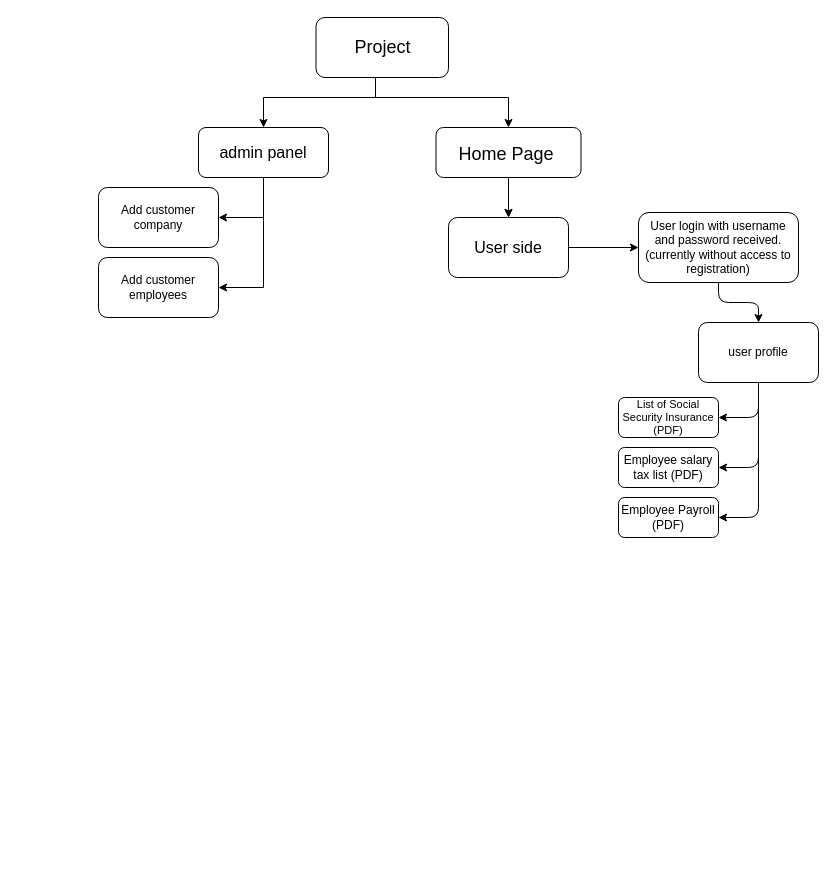
faripoorasl/- keeps this draw.io diagram as Untitled Diagram.drawio. Above is the earlier version. Source tidied: cells renumbered, new cells numbered last; positions are measured from the earlier drawing's top-left corner, leaving out a move shared by most shapes. Both pictures are drawn from the tidied source at 100%, with x=0, y=0 at pixel (98, 17).
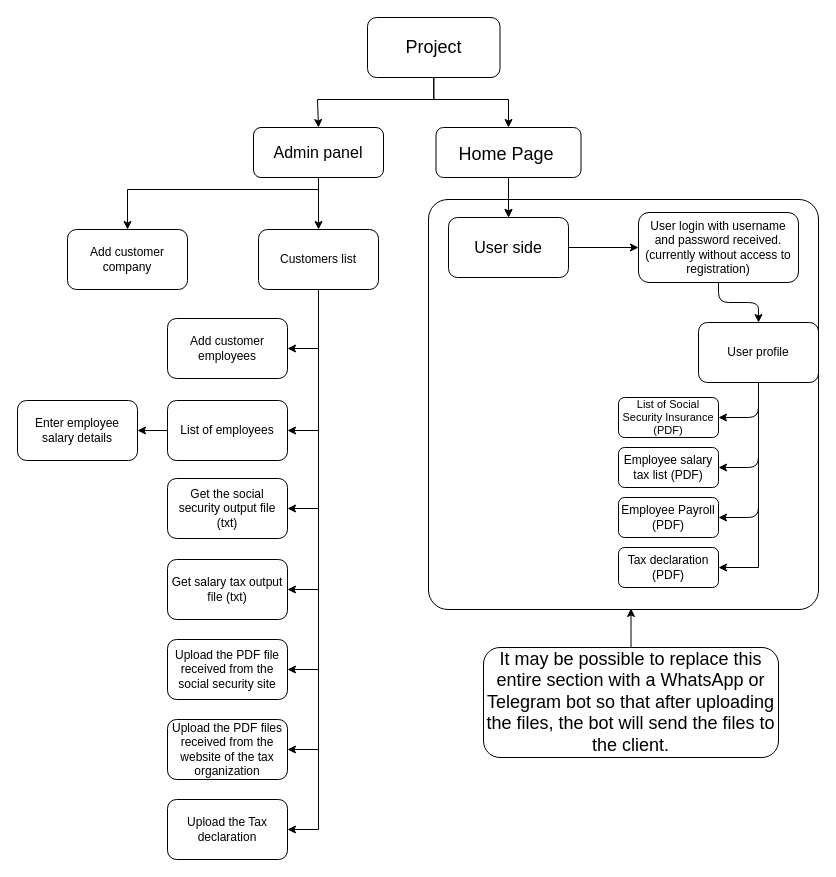
The same diagram, later.

The change refers to these unchanged cells:
```xml
<mxCell id="4" value="&lt;font style=&quot;font-size: 18px;&quot;&gt;Home Page&amp;nbsp;&lt;/font&gt;" style="rounded=1;whiteSpace=wrap;html=1;fontSize=21;labelBackgroundColor=none;" parent="1" vertex="1">
  <mxGeometry x="337.5" y="110" width="145" height="50" as="geometry" />
</mxCell>
```

The edit, as a diff of the source:
```diff
@@
-    <mxCell id="5" style="edgeStyle=orthogonalEdgeStyle;rounded=0;jettySize=auto;html=1;entryX=1;entryY=0.5;entryDx=0;entryDy=0;" parent="1" edge="1" source="7" target="19">
+    <mxCell id="5" style="edgeStyle=orthogonalEdgeStyle;rounded=0;jettySize=auto;html=1;entryX=0.5;entryY=0;entryDx=0;entryDy=0;" parent="1" edge="1" source="7" target="19">
       <mxGeometry relative="1" as="geometry" />
     </mxCell>
-    <mxCell id="6" style="edgeStyle=orthogonalEdgeStyle;rounded=0;jettySize=auto;html=1;entryX=1;entryY=0.5;entryDx=0;entryDy=0;" parent="1" edge="1" source="7" target="23">
-      <mxGeometry relative="1" as="geometry" />
-    </mxCell>
+    <mxCell id="24" style="edgeStyle=orthogonalEdgeStyle;rounded=0;jettySize=auto;html=1;entryX=0.5;entryY=0;entryDx=0;entryDy=0;" parent="1" edge="1" source="7" target="45">
+      <mxGeometry relative="1" as="geometry">
+        <Array as="points">
+          <mxPoint x="220" y="172" />
+          <mxPoint x="29" y="172" />
+        </Array>
+      </mxGeometry>
+    </mxCell>
-    <mxCell id="7" value="&lt;font size=&quot;3&quot;&gt;admin panel&lt;/font&gt;" style="rounded=1;whiteSpace=wrap;html=1;labelBackgroundColor=none;" parent="1" vertex="1">
-      <mxGeometry x="100" y="110" width="130" height="50" as="geometry" />
+    <mxCell id="7" value="&lt;font size=&quot;3&quot;&gt;Admin panel&lt;/font&gt;" style="rounded=1;whiteSpace=wrap;html=1;labelBackgroundColor=none;" parent="1" vertex="1">
+      <mxGeometry x="155" y="110" width="130" height="50" as="geometry" />
     </mxCell>
@@
+    <mxCell id="25" style="edgeStyle=orthogonalEdgeStyle;rounded=0;jettySize=auto;html=1;entryX=1;entryY=0.5;entryDx=0;entryDy=0;" parent="1" edge="1" source="15" target="41">
+      <mxGeometry relative="1" as="geometry" />
+    </mxCell>
-    <mxCell id="15" value="user profile" style="rounded=1;whiteSpace=wrap;html=1;labelBackgroundColor=none;" parent="1" vertex="1">
+    <mxCell id="15" value="User profile" style="rounded=1;whiteSpace=wrap;html=1;labelBackgroundColor=none;" parent="1" vertex="1">
       <mxGeometry x="600" y="305" width="120" height="60" as="geometry" />
     </mxCell>
@@
+    <mxCell id="26" style="edgeStyle=orthogonalEdgeStyle;rounded=0;jettySize=auto;html=1;" parent="1" edge="1" source="19" target="23">
+      <mxGeometry relative="1" as="geometry">
+        <Array as="points">
+          <mxPoint x="220" y="331" />
+        </Array>
+      </mxGeometry>
+    </mxCell>
+    <mxCell id="27" style="edgeStyle=orthogonalEdgeStyle;rounded=0;jettySize=auto;html=1;entryX=1;entryY=0.5;entryDx=0;entryDy=0;" parent="1" edge="1" source="19" target="34">
+      <mxGeometry relative="1" as="geometry" />
+    </mxCell>
+    <mxCell id="28" style="edgeStyle=orthogonalEdgeStyle;rounded=0;jettySize=auto;html=1;entryX=1;entryY=0.5;entryDx=0;entryDy=0;" parent="1" edge="1" source="19" target="35">
+      <mxGeometry relative="1" as="geometry" />
+    </mxCell>
+    <mxCell id="29" style="edgeStyle=orthogonalEdgeStyle;rounded=0;jettySize=auto;html=1;entryX=1;entryY=0.5;entryDx=0;entryDy=0;" parent="1" edge="1" source="19" target="36">
+      <mxGeometry relative="1" as="geometry" />
+    </mxCell>
+    <mxCell id="30" style="edgeStyle=orthogonalEdgeStyle;rounded=0;jettySize=auto;html=1;entryX=1;entryY=0.5;entryDx=0;entryDy=0;" parent="1" edge="1" source="19" target="37">
+      <mxGeometry relative="1" as="geometry" />
+    </mxCell>
+    <mxCell id="31" style="edgeStyle=orthogonalEdgeStyle;rounded=0;jettySize=auto;html=1;entryX=1;entryY=0.5;entryDx=0;entryDy=0;" parent="1" edge="1" source="19" target="42">
+      <mxGeometry relative="1" as="geometry" />
+    </mxCell>
+    <mxCell id="32" style="edgeStyle=orthogonalEdgeStyle;rounded=0;jettySize=auto;html=1;entryX=1;entryY=0.5;entryDx=0;entryDy=0;" parent="1" edge="1" source="19" target="44">
+      <mxGeometry relative="1" as="geometry" />
+    </mxCell>
-    <mxCell id="19" value="Add customer company" style="rounded=1;whiteSpace=wrap;html=1;labelBackgroundColor=none;" parent="1" vertex="1">
-      <mxGeometry y="170" width="120" height="60" as="geometry" />
+    <mxCell id="19" value="Customers list" style="rounded=1;whiteSpace=wrap;html=1;labelBackgroundColor=none;" parent="1" vertex="1">
+      <mxGeometry x="160" y="212" width="120" height="60" as="geometry" />
     </mxCell>
-    <mxCell id="20" style="edgeStyle=orthogonalEdgeStyle;rounded=0;jettySize=auto;html=1;" parent="1" edge="1" source="22" target="4">
+    <mxCell id="20" style="edgeStyle=orthogonalEdgeStyle;rounded=0;jettySize=auto;html=1;entryX=0.5;entryY=0;entryDx=0;entryDy=0;" parent="1" edge="1" source="22" target="4">
       <mxGeometry relative="1" as="geometry">
         <Array as="points">
-          <mxPoint x="277" y="80" />
-          <mxPoint x="410" y="80" />
+          <mxPoint x="335" y="82" />
+          <mxPoint x="410" y="82" />
         </Array>
       </mxGeometry>
     </mxCell>
     <mxCell id="21" style="edgeStyle=orthogonalEdgeStyle;rounded=0;jettySize=auto;html=1;entryX=0.5;entryY=0;entryDx=0;entryDy=0;" parent="1" edge="1" source="22" target="7">
       <mxGeometry relative="1" as="geometry">
         <Array as="points">
-          <mxPoint x="277" y="80" />
-          <mxPoint x="165" y="80" />
+          <mxPoint x="335" y="82" />
+          <mxPoint x="219" y="82" />
         </Array>
       </mxGeometry>
     </mxCell>
     <mxCell id="22" value="Project" style="rounded=1;whiteSpace=wrap;html=1;fontSize=18;" parent="1" vertex="1">
-      <mxGeometry x="217.5" width="132.5" height="60" as="geometry" />
+      <mxGeometry x="269" width="132.5" height="60" as="geometry" />
     </mxCell>
     <mxCell id="23" value="Add customer employees" style="rounded=1;whiteSpace=wrap;html=1;labelBackgroundColor=none;" parent="1" vertex="1">
-      <mxGeometry y="240" width="120" height="60" as="geometry" />
+      <mxGeometry x="69" y="301" width="120" height="60" as="geometry" />
     </mxCell>
+    <mxCell id="33" value="Enter employee salary details" style="rounded=1;whiteSpace=wrap;html=1;labelBackgroundColor=none;" parent="1" vertex="1">
+      <mxGeometry x="-81" y="383" width="120" height="60" as="geometry" />
+    </mxCell>
+    <mxCell id="34" value="Get the social security output file (txt)" style="rounded=1;whiteSpace=wrap;html=1;labelBackgroundColor=none;" parent="1" vertex="1">
+      <mxGeometry x="69" y="461" width="120" height="60" as="geometry" />
+    </mxCell>
+    <mxCell id="35" value="Get salary tax output file (txt)" style="rounded=1;whiteSpace=wrap;html=1;labelBackgroundColor=none;" parent="1" vertex="1">
+      <mxGeometry x="69" y="542" width="120" height="60" as="geometry" />
+    </mxCell>
+    <mxCell id="36" value="Upload the PDF file received from the social security site" style="rounded=1;whiteSpace=wrap;html=1;labelBackgroundColor=none;" parent="1" vertex="1">
+      <mxGeometry x="69" y="622" width="120" height="60" as="geometry" />
+    </mxCell>
+    <mxCell id="37" value="Upload the PDF files received from the website of the tax organization" style="rounded=1;whiteSpace=wrap;html=1;labelBackgroundColor=none;" parent="1" vertex="1">
+      <mxGeometry x="69" y="702" width="120" height="60" as="geometry" />
+    </mxCell>
+    <mxCell id="38" style="rounded=1;whiteSpace=wrap;html=1;fillColor=none;perimeterSpacing=1;arcSize=5;" parent="1" vertex="1">
+      <mxGeometry x="330" y="182" width="390" height="410" as="geometry" />
+    </mxCell>
+    <mxCell id="39" style="edgeStyle=orthogonalEdgeStyle;rounded=0;jettySize=auto;html=1;" parent="1" edge="1" source="40">
+      <mxGeometry relative="1" as="geometry">
+        <mxPoint x="532.5" y="591" as="targetPoint" />
+      </mxGeometry>
+    </mxCell>
+    <mxCell id="40" value="It may be possible to replace this entire section with a WhatsApp or Telegram bot so that after uploading the files, the bot will send the files to the client." style="rounded=1;whiteSpace=wrap;html=1;fontSize=18;" parent="1" vertex="1">
+      <mxGeometry x="385" y="630" width="295" height="110" as="geometry" />
+    </mxCell>
+    <mxCell id="41" value="Tax declaration&lt;br&gt;(PDF)" style="rounded=1;whiteSpace=wrap;html=1;labelBackgroundColor=none;" parent="1" vertex="1">
+      <mxGeometry x="520" y="530" width="100" height="40" as="geometry" />
+    </mxCell>
+    <mxCell id="42" value="Upload the Tax declaration" style="rounded=1;whiteSpace=wrap;html=1;labelBackgroundColor=none;" parent="1" vertex="1">
+      <mxGeometry x="69" y="782" width="120" height="60" as="geometry" />
+    </mxCell>
+    <mxCell id="43" style="edgeStyle=orthogonalEdgeStyle;rounded=0;jettySize=auto;html=1;" parent="1" edge="1" source="44" target="33">
+      <mxGeometry relative="1" as="geometry" />
+    </mxCell>
+    <mxCell id="44" value="List of employees" style="rounded=1;whiteSpace=wrap;html=1;labelBackgroundColor=none;" parent="1" vertex="1">
+      <mxGeometry x="69" y="383" width="120" height="60" as="geometry" />
+    </mxCell>
+    <mxCell id="45" value="Add customer company" style="rounded=1;whiteSpace=wrap;html=1;labelBackgroundColor=none;" parent="1" vertex="1">
+      <mxGeometry x="-31" y="212" width="120" height="60" as="geometry" />
+    </mxCell>
```
